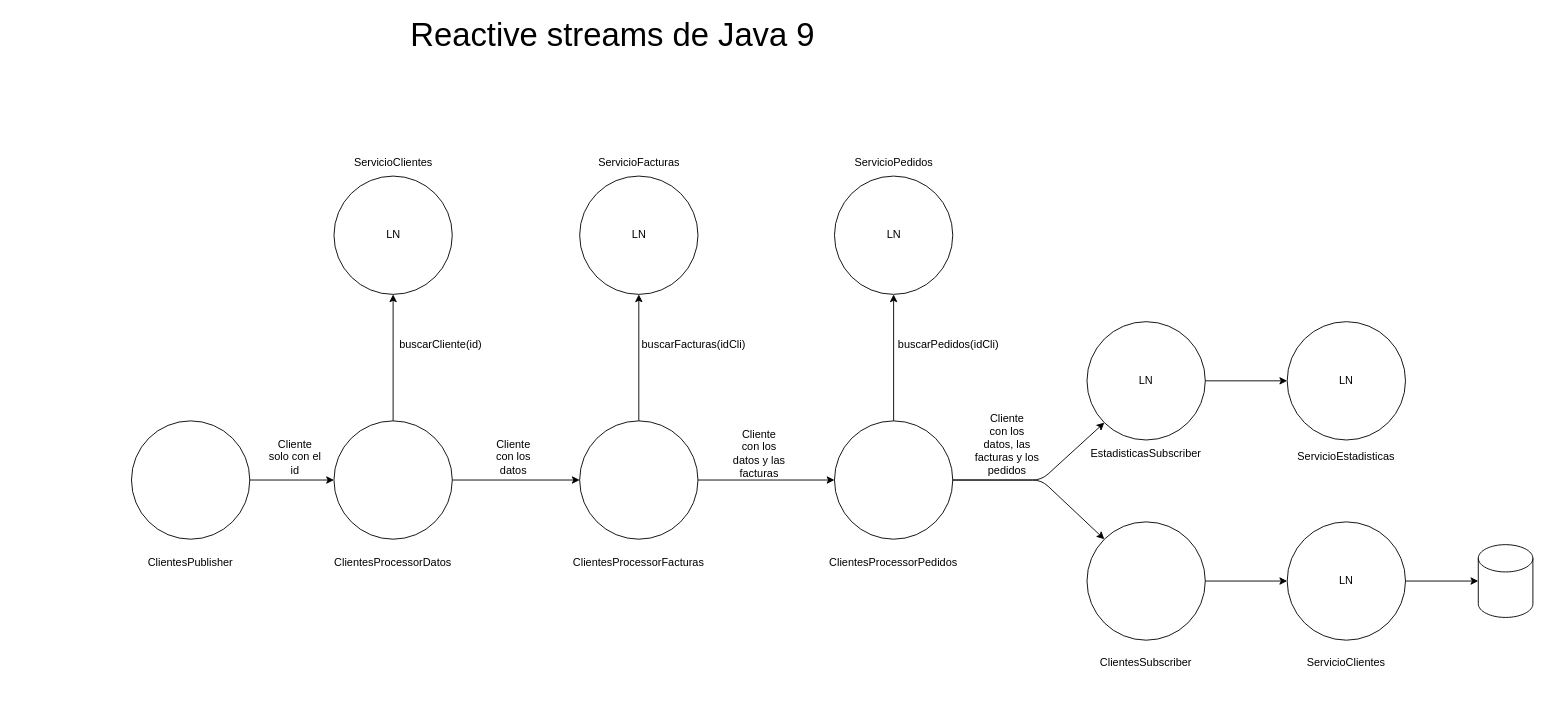
Earlier version of the draw.io diagram page "Página-1" (1 of 10) of java_features.drawio (ravaga/Java_17). Source tidied: cells renumbered, new cells numbered last; positions are measured from the earlier drawing's top-left corner, leaving out a move shared by most shapes. Both pictures are drawn from the tidied source at 91%, with x=0, y=0 at pixel (131, 21).
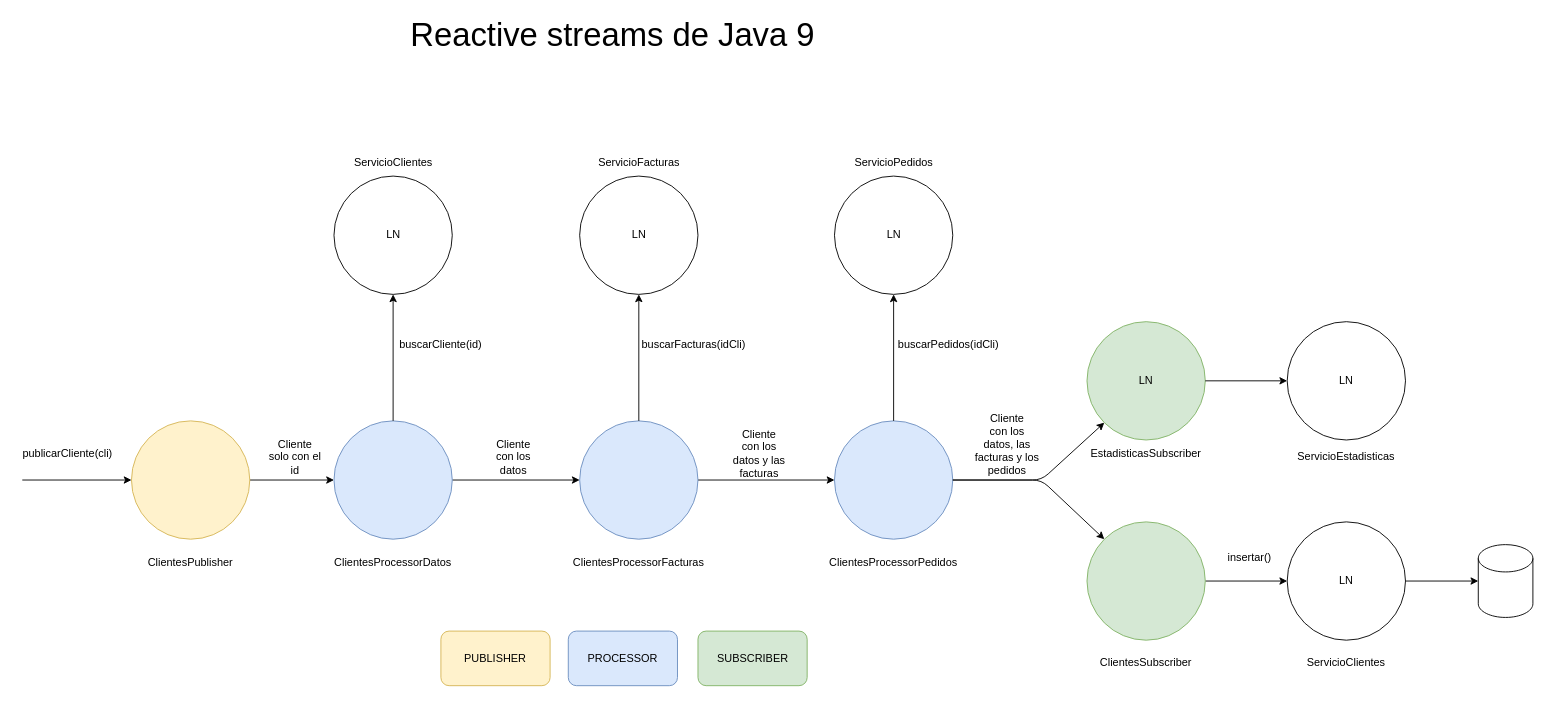
Above is the later version.

Change to the diagram source:
```diff
@@
-    <mxCell id="3" style="ellipse;whiteSpace=wrap;html=1;" parent="1" vertex="1">
+    <mxCell id="3" style="ellipse;whiteSpace=wrap;html=1;fillColor=#dae8fc;strokeColor=#6c8ebf;" parent="1" vertex="1">
       <mxGeometry x="222.5" y="439" width="130" height="130" as="geometry" />
     </mxCell>
@@
-    <mxCell id="6" style="ellipse;whiteSpace=wrap;html=1;" parent="1" vertex="1">
+    <mxCell id="6" style="ellipse;whiteSpace=wrap;html=1;fillColor=#dae8fc;strokeColor=#6c8ebf;" parent="1" vertex="1">
       <mxGeometry x="492.5" y="439" width="130" height="130" as="geometry" />
     </mxCell>
@@
-    <mxCell id="8" style="ellipse;whiteSpace=wrap;html=1;" parent="1" vertex="1">
+    <mxCell id="8" style="ellipse;whiteSpace=wrap;html=1;fillColor=#dae8fc;strokeColor=#6c8ebf;" parent="1" vertex="1">
       <mxGeometry x="772.5" y="439" width="130" height="130" as="geometry" />
     </mxCell>
@@
-    <mxCell id="22" value="LN" style="ellipse;whiteSpace=wrap;html=1;" parent="1" vertex="1">
+    <mxCell id="22" value="LN" style="ellipse;whiteSpace=wrap;html=1;fillColor=#d5e8d4;strokeColor=#82b366;" parent="1" vertex="1">
       <mxGeometry x="1050" y="330" width="130" height="130" as="geometry" />
     </mxCell>
@@
-    <mxCell id="25" style="ellipse;whiteSpace=wrap;html=1;" parent="1" vertex="1">
+    <mxCell id="25" style="ellipse;whiteSpace=wrap;html=1;fillColor=#d5e8d4;strokeColor=#82b366;" parent="1" vertex="1">
       <mxGeometry x="1050" y="550" width="130" height="130" as="geometry" />
     </mxCell>
@@
-    <mxCell id="31" style="ellipse;whiteSpace=wrap;html=1;" parent="1" vertex="1">
+    <mxCell id="31" style="ellipse;whiteSpace=wrap;html=1;fillColor=#fff2cc;strokeColor=#d6b656;" parent="1" vertex="1">
       <mxGeometry y="439" width="130" height="130" as="geometry" />
     </mxCell>
@@
+    <mxCell id="44" value="PUBLISHER" style="rounded=1;whiteSpace=wrap;html=1;fillColor=#fff2cc;strokeColor=#d6b656;" parent="1" vertex="1">
+      <mxGeometry x="340" y="670" width="120" height="60" as="geometry" />
+    </mxCell>
+    <mxCell id="45" value="PROCESSOR" style="rounded=1;whiteSpace=wrap;html=1;fillColor=#dae8fc;strokeColor=#6c8ebf;" parent="1" vertex="1">
+      <mxGeometry x="480" y="670" width="120" height="60" as="geometry" />
+    </mxCell>
+    <mxCell id="46" value="SUBSCRIBER" style="rounded=1;whiteSpace=wrap;html=1;fillColor=#d5e8d4;strokeColor=#82b366;" parent="1" vertex="1">
+      <mxGeometry x="622.5" y="670" width="120" height="60" as="geometry" />
+    </mxCell>
+    <mxCell id="47" value="insertar()" style="text;html=1;strokeColor=none;fillColor=none;align=center;verticalAlign=middle;whiteSpace=wrap;rounded=0;" parent="1" vertex="1">
+      <mxGeometry x="1199" y="575" width="60" height="30" as="geometry" />
+    </mxCell>
+    <mxCell id="48" style="endArrow=classic;html=1;rounded=0;entryX=0;entryY=0.5;entryDx=0;entryDy=0;" parent="1" edge="1" target="31">
+      <mxGeometry relative="1" as="geometry">
+        <mxPoint x="-120" y="504" as="sourcePoint" />
+      </mxGeometry>
+    </mxCell>
+    <mxCell id="49" value="publicarCliente(cli)" style="text;html=1;strokeColor=none;fillColor=none;align=center;verticalAlign=middle;whiteSpace=wrap;rounded=0;" parent="1" vertex="1">
+      <mxGeometry x="-100" y="460" width="60" height="30" as="geometry" />
+    </mxCell>
```
